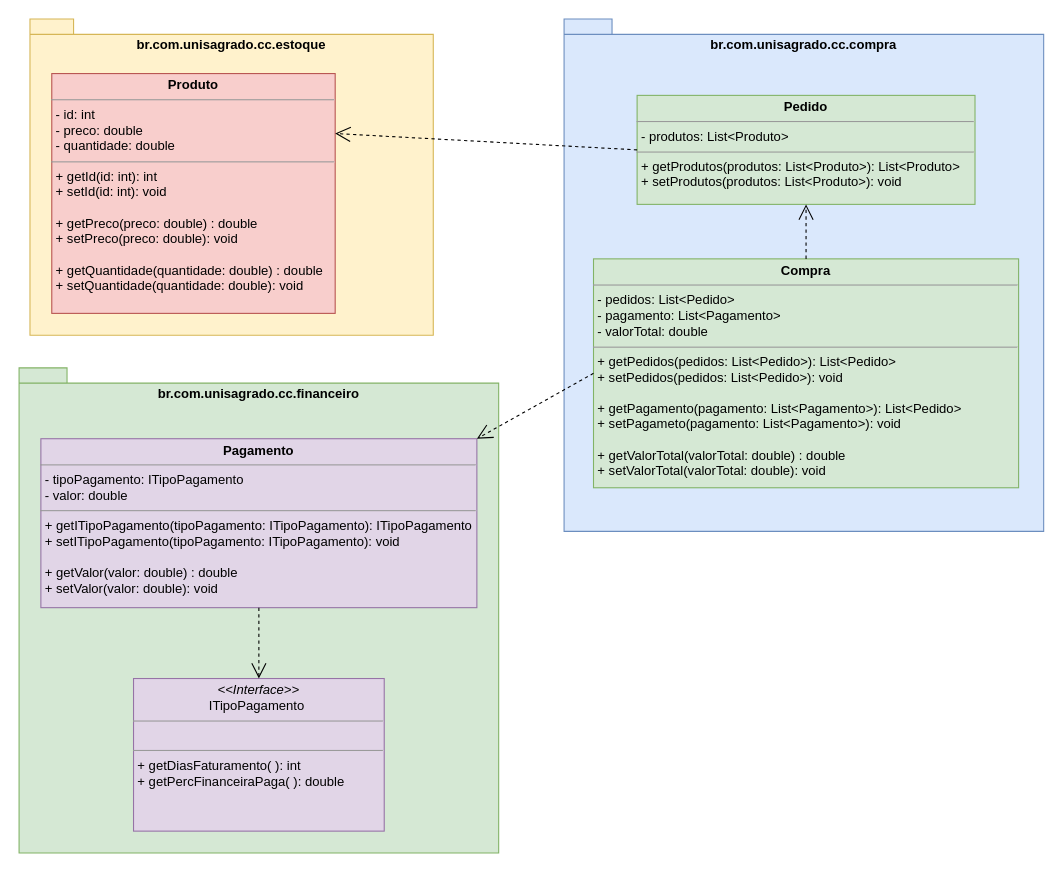
UnisagradoWorks/engenharia-software keeps this draw.io diagram as Conversão de Java para Diagrama de Classes.drawio. Above is the earlier version. Source tidied: cells renumbered, new cells numbered last; positions are measured from the earlier drawing's top-left corner, leaving out a move shared by most shapes. Both pictures are drawn from the tidied source at 109%, with x=0, y=0 at pixel (19, 19).
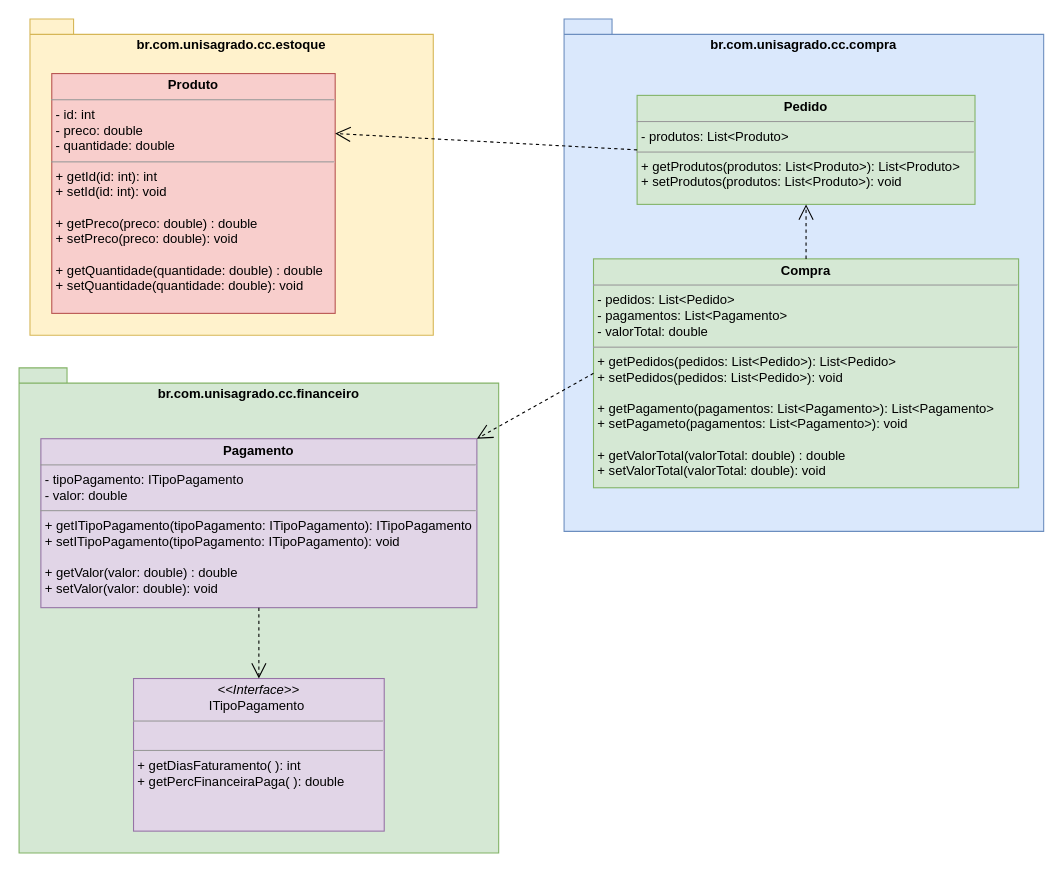
Above is the later version.

Commit message:
ajuste pagamento

Diff of the diagram source:
```diff
@@
 <mxGraphModel>
   <root>
     <mxCell id="0" />
     <mxCell id="1" parent="0" />
     <mxCell id="2" value="br.com.unisagrado.cc.estoque" style="shape=folder;fontStyle=1;spacingTop=10;tabWidth=40;tabHeight=14;tabPosition=left;html=1;whiteSpace=wrap;verticalAlign=top;fillColor=#fff2cc;strokeColor=#d6b656;" parent="1" vertex="1">
       <mxGeometry x="10" width="370" height="290" as="geometry" />
     </mxCell>
     <mxCell id="3" value="&lt;p style=&quot;margin:0px;margin-top:4px;text-align:center;&quot;&gt;&lt;b&gt;Produto&lt;/b&gt;&lt;/p&gt;&lt;hr size=&quot;1&quot;&gt;&lt;p style=&quot;margin:0px;margin-left:4px;&quot;&gt;- id: int&lt;/p&gt;&lt;p style=&quot;margin:0px;margin-left:4px;&quot;&gt;- preco: double&lt;/p&gt;&lt;p style=&quot;margin:0px;margin-left:4px;&quot;&gt;- quantidade: double&lt;/p&gt;&lt;hr size=&quot;1&quot;&gt;&lt;p style=&quot;margin:0px;margin-left:4px;&quot;&gt;+ getId(id: int): int&lt;/p&gt;&lt;p style=&quot;margin:0px;margin-left:4px;&quot;&gt;+ setId(id: int): void&lt;/p&gt;&lt;p style=&quot;margin:0px;margin-left:4px;&quot;&gt;&lt;br&gt;&lt;/p&gt;&lt;p style=&quot;margin:0px;margin-left:4px;&quot;&gt;+ getPreco(preco: double) : double&amp;nbsp;&lt;/p&gt;&lt;p style=&quot;margin:0px;margin-left:4px;&quot;&gt;&lt;span style=&quot;background-color: initial;&quot;&gt;+ setPreco(preco: double): void&lt;/span&gt;&lt;/p&gt;&lt;p style=&quot;margin:0px;margin-left:4px;&quot;&gt;&lt;br&gt;&lt;/p&gt;&lt;p style=&quot;margin:0px;margin-left:4px;&quot;&gt;+ getQuantidade(quantidade: double) : double&lt;/p&gt;&lt;p style=&quot;margin:0px;margin-left:4px;&quot;&gt;&lt;span style=&quot;background-color: initial;&quot;&gt;+ setQuantidade(quantidade: double): void&lt;/span&gt;&lt;/p&gt;" style="verticalAlign=top;align=left;overflow=fill;fontSize=12;fontFamily=Helvetica;html=1;whiteSpace=wrap;fillColor=#f8cecc;strokeColor=#b85450;" parent="1" vertex="1">
       <mxGeometry x="30" y="50" width="260" height="220" as="geometry" />
     </mxCell>
     <mxCell id="4" style="group;" parent="1" vertex="1">
       <mxGeometry y="320" width="440" height="445" as="geometry" />
     </mxCell>
     <mxCell id="5" value="br.com.unisagrado.cc.financeiro" style="shape=folder;fontStyle=1;spacingTop=10;tabWidth=40;tabHeight=14;tabPosition=left;html=1;whiteSpace=wrap;verticalAlign=top;fillColor=#d5e8d4;strokeColor=#82b366;" parent="4" vertex="1">
       <mxGeometry width="440" height="445" as="geometry" />
     </mxCell>
     <mxCell id="6" value="&lt;p style=&quot;margin:0px;margin-top:4px;text-align:center;&quot;&gt;&lt;b&gt;Pagamento&lt;/b&gt;&lt;/p&gt;&lt;hr size=&quot;1&quot;&gt;&lt;p style=&quot;margin:0px;margin-left:4px;&quot;&gt;- tipoPagamento: ITipoPagamento&lt;/p&gt;&lt;p style=&quot;margin:0px;margin-left:4px;&quot;&gt;- valor: double&lt;/p&gt;&lt;hr size=&quot;1&quot;&gt;&lt;p style=&quot;margin:0px;margin-left:4px;&quot;&gt;+ getITipoPagamento(tipoPagamento: ITipoPagamento): ITipoPagamento&lt;/p&gt;&lt;p style=&quot;margin:0px;margin-left:4px;&quot;&gt;+ setITipoPagamento(tipoPagamento: ITipoPagamento): void&lt;/p&gt;&lt;p style=&quot;margin:0px;margin-left:4px;&quot;&gt;&lt;br&gt;&lt;/p&gt;&lt;p style=&quot;margin:0px;margin-left:4px;&quot;&gt;+ getValor(valor: double) : double&amp;nbsp;&lt;/p&gt;&lt;p style=&quot;margin:0px;margin-left:4px;&quot;&gt;&lt;span style=&quot;background-color: initial;&quot;&gt;+ setValor(valor: double): void&lt;/span&gt;&lt;/p&gt;" style="verticalAlign=top;align=left;overflow=fill;fontSize=12;fontFamily=Helvetica;html=1;whiteSpace=wrap;fillColor=#e1d5e7;strokeColor=#9673a6;" parent="4" vertex="1">
       <mxGeometry x="20" y="65" width="400" height="155" as="geometry" />
     </mxCell>
     <mxCell id="7" value="&lt;p style=&quot;margin:0px;margin-top:4px;text-align:center;&quot;&gt;&lt;i&gt;&amp;lt;&amp;lt;Interface&amp;gt;&amp;gt;&lt;/i&gt;&lt;br&gt;ITipoPagamento&lt;b&gt;&amp;nbsp;&lt;/b&gt;&lt;/p&gt;&lt;hr size=&quot;1&quot;&gt;&lt;p style=&quot;margin:0px;margin-left:4px;&quot;&gt;&lt;br&gt;&lt;/p&gt;&lt;hr size=&quot;1&quot;&gt;&lt;p style=&quot;margin:0px;margin-left:4px;&quot;&gt;+ getDiasFaturamento( ): int&lt;br&gt;+ getPercFinanceiraPaga( ): double&lt;/p&gt;" style="verticalAlign=top;align=left;overflow=fill;fontSize=12;fontFamily=Helvetica;html=1;whiteSpace=wrap;fillColor=#e1d5e7;strokeColor=#9673a6;" parent="4" vertex="1">
       <mxGeometry x="105" y="285" width="230" height="140" as="geometry" />
     </mxCell>
     <mxCell id="8" style="endArrow=open;endSize=12;dashed=1;html=1;rounded=0;exitX=0.5;exitY=1;exitDx=0;exitDy=0;entryX=0.5;entryY=0;entryDx=0;entryDy=0;" parent="4" edge="1" source="6" target="7">
       <mxGeometry relative="1" as="geometry" />
     </mxCell>
     <mxCell id="9" style="group;" parent="1" vertex="1">
       <mxGeometry x="500" width="440" height="470" as="geometry" />
     </mxCell>
     <mxCell id="10" value="br.com.unisagrado.cc.compra" style="shape=folder;fontStyle=1;spacingTop=10;tabWidth=40;tabHeight=14;tabPosition=left;html=1;whiteSpace=wrap;verticalAlign=top;fillColor=#dae8fc;strokeColor=#6c8ebf;" parent="9" vertex="1">
       <mxGeometry width="440" height="470" as="geometry" />
     </mxCell>
     <mxCell id="11" value="&lt;p style=&quot;margin:0px;margin-top:4px;text-align:center;&quot;&gt;&lt;b&gt;Pedido&lt;/b&gt;&lt;/p&gt;&lt;hr size=&quot;1&quot;&gt;&lt;p style=&quot;margin:0px;margin-left:4px;&quot;&gt;- produtos: List&amp;lt;Produto&amp;gt;&lt;/p&gt;&lt;hr size=&quot;1&quot;&gt;&lt;p style=&quot;margin:0px;margin-left:4px;&quot;&gt;+ getProdutos(produtos: List&amp;lt;Produto&amp;gt;): List&amp;lt;Produto&amp;gt;&amp;nbsp;&lt;/p&gt;&lt;p style=&quot;margin:0px;margin-left:4px;&quot;&gt;+ setProdutos(produtos: List&amp;lt;Produto&amp;gt;): void&lt;/p&gt;&lt;p style=&quot;margin:0px;margin-left:4px;&quot;&gt;&lt;br&gt;&lt;/p&gt;" style="verticalAlign=top;align=left;overflow=fill;fontSize=12;fontFamily=Helvetica;html=1;whiteSpace=wrap;fillColor=#d5e8d4;strokeColor=#82b366;" parent="9" vertex="1">
       <mxGeometry x="67" y="70" width="310" height="100" as="geometry" />
     </mxCell>
-    <mxCell id="12" value="&lt;p style=&quot;margin:0px;margin-top:4px;text-align:center;&quot;&gt;&lt;b&gt;Compra&lt;/b&gt;&lt;/p&gt;&lt;hr size=&quot;1&quot;&gt;&lt;p style=&quot;margin:0px;margin-left:4px;&quot;&gt;- pedidos: List&amp;lt;Pedido&amp;gt;&lt;/p&gt;&lt;p style=&quot;margin:0px;margin-left:4px;&quot;&gt;- pagamento: List&amp;lt;Pagamento&amp;gt;&lt;/p&gt;&lt;p style=&quot;margin:0px;margin-left:4px;&quot;&gt;- valorTotal: double&lt;/p&gt;&lt;hr size=&quot;1&quot;&gt;&lt;p style=&quot;border-color: var(--border-color); margin: 0px 0px 0px 4px;&quot;&gt;+ getPedidos(pedidos: List&amp;lt;Pedido&amp;gt;): List&amp;lt;Pedido&amp;gt;&amp;nbsp;&lt;/p&gt;&lt;p style=&quot;border-color: var(--border-color); margin: 0px 0px 0px 4px;&quot;&gt;+ setPedidos(pedidos: List&amp;lt;Pedido&amp;gt;): void&lt;/p&gt;&lt;p style=&quot;border-color: var(--border-color); margin: 0px 0px 0px 4px;&quot;&gt;&lt;br&gt;&lt;/p&gt;&lt;p style=&quot;border-color: var(--border-color); margin: 0px 0px 0px 4px;&quot;&gt;+ getPagamento(pagamento: List&amp;lt;Pagamento&amp;gt;): List&amp;lt;Pedido&amp;gt;&amp;nbsp;&lt;/p&gt;&lt;p style=&quot;border-color: var(--border-color); margin: 0px 0px 0px 4px;&quot;&gt;+ setPagameto(pagamento: List&amp;lt;Pagamento&amp;gt;): void&lt;/p&gt;&lt;p style=&quot;margin:0px;margin-left:4px;&quot;&gt;&lt;br&gt;&lt;/p&gt;&lt;p style=&quot;margin:0px;margin-left:4px;&quot;&gt;+ getValorTotal(valorTotal: double) : double&lt;/p&gt;&lt;p style=&quot;margin:0px;margin-left:4px;&quot;&gt;+ setValorTotal(valorTotal: double): void&lt;/p&gt;" style="verticalAlign=top;align=left;overflow=fill;fontSize=12;fontFamily=Helvetica;html=1;whiteSpace=wrap;fillColor=#d5e8d4;strokeColor=#82b366;" parent="9" vertex="1">
+    <mxCell id="12" value="&lt;p style=&quot;margin:0px;margin-top:4px;text-align:center;&quot;&gt;&lt;b&gt;Compra&lt;/b&gt;&lt;/p&gt;&lt;hr size=&quot;1&quot;&gt;&lt;p style=&quot;margin:0px;margin-left:4px;&quot;&gt;- pedidos: List&amp;lt;Pedido&amp;gt;&lt;/p&gt;&lt;p style=&quot;margin:0px;margin-left:4px;&quot;&gt;- pagamentos: List&amp;lt;Pagamento&amp;gt;&lt;/p&gt;&lt;p style=&quot;margin:0px;margin-left:4px;&quot;&gt;- valorTotal: double&lt;/p&gt;&lt;hr size=&quot;1&quot;&gt;&lt;p style=&quot;border-color: var(--border-color); margin: 0px 0px 0px 4px;&quot;&gt;+ getPedidos(pedidos: List&amp;lt;Pedido&amp;gt;): List&amp;lt;Pedido&amp;gt;&amp;nbsp;&lt;/p&gt;&lt;p style=&quot;border-color: var(--border-color); margin: 0px 0px 0px 4px;&quot;&gt;+ setPedidos(pedidos: List&amp;lt;Pedido&amp;gt;): void&lt;/p&gt;&lt;p style=&quot;border-color: var(--border-color); margin: 0px 0px 0px 4px;&quot;&gt;&lt;br&gt;&lt;/p&gt;&lt;p style=&quot;border-color: var(--border-color); margin: 0px 0px 0px 4px;&quot;&gt;+ getPagamento(pagamentos: List&amp;lt;Pagamento&amp;gt;): List&amp;lt;Pagamento&amp;gt;&amp;nbsp;&lt;/p&gt;&lt;p style=&quot;border-color: var(--border-color); margin: 0px 0px 0px 4px;&quot;&gt;+ setPagameto(pagamentos: List&amp;lt;Pagamento&amp;gt;): void&lt;/p&gt;&lt;p style=&quot;margin:0px;margin-left:4px;&quot;&gt;&lt;br&gt;&lt;/p&gt;&lt;p style=&quot;margin:0px;margin-left:4px;&quot;&gt;+ getValorTotal(valorTotal: double) : double&lt;/p&gt;&lt;p style=&quot;margin:0px;margin-left:4px;&quot;&gt;+ setValorTotal(valorTotal: double): void&lt;/p&gt;" style="verticalAlign=top;align=left;overflow=fill;fontSize=12;fontFamily=Helvetica;html=1;whiteSpace=wrap;fillColor=#d5e8d4;strokeColor=#82b366;" parent="9" vertex="1">
       <mxGeometry x="27" y="220" width="390" height="210" as="geometry" />
     </mxCell>
     <mxCell id="13" style="endArrow=open;endSize=12;dashed=1;html=1;rounded=0;exitX=0.5;exitY=0;exitDx=0;exitDy=0;entryX=0.5;entryY=1;entryDx=0;entryDy=0;" parent="9" edge="1" source="12" target="11">
       <mxGeometry relative="1" as="geometry" />
     </mxCell>
     <mxCell id="14" style="endArrow=open;endSize=12;dashed=1;html=1;rounded=0;exitX=0;exitY=0.5;exitDx=0;exitDy=0;entryX=1;entryY=0;entryDx=0;entryDy=0;" parent="1" edge="1" source="12" target="6">
       <mxGeometry relative="1" as="geometry" />
     </mxCell>
     <mxCell id="15" style="endArrow=open;endSize=12;dashed=1;html=1;rounded=0;exitX=0;exitY=0.5;exitDx=0;exitDy=0;entryX=1;entryY=0.25;entryDx=0;entryDy=0;" parent="1" edge="1" source="11" target="3">
       <mxGeometry relative="1" as="geometry" />
     </mxCell>
   </root>
 </mxGraphModel>
```
